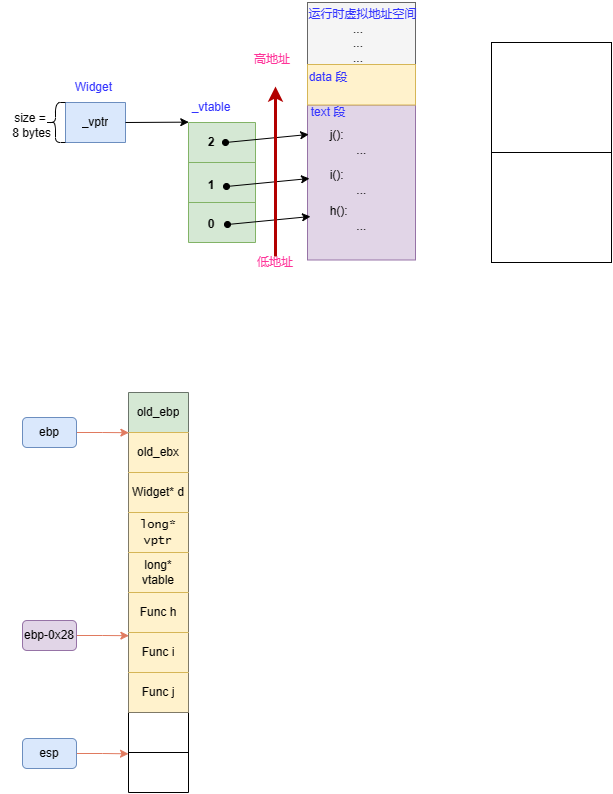
Above: C++对象模型/C++_虚函数表的存储什么.drawio.png in SixPlusAndTimes/drawio (draw.io), before the change. Source tidied: cells renumbered, new cells last; positions are measured from the earlier drawing's top-left corner, leaving out a move shared by most shapes.
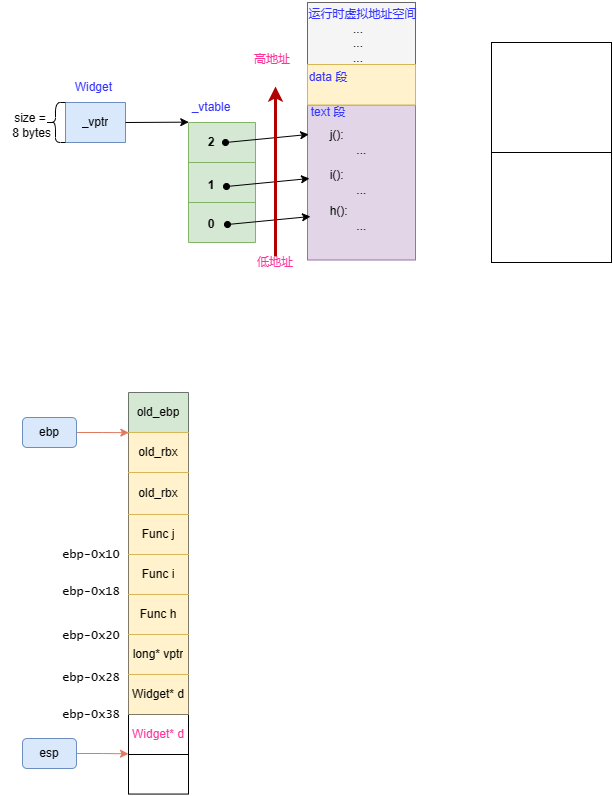
Above is the later version.

Commit message:
更新C++_虚函数表的存储什么.drawio.png

Change to the diagram source:
```diff
@@ -125,7 +125,7 @@
       <mxGeometry x="181" y="127" width="60" height="30" as="geometry" />
     </mxCell>
     <mxCell id="39" style="shape=table;startSize=0;fontSize=11;" parent="1" vertex="1">
-      <mxGeometry x="128" y="392" width="60" height="400" as="geometry" />
+      <mxGeometry x="128" y="392" width="60" height="401.6" as="geometry" />
     </mxCell>
     <mxCell id="40" style="shape=tableRow;horizontal=0;startSize=0;swimlaneHead=0;swimlaneBody=0;strokeColor=inherit;top=0;left=0;bottom=0;right=0;fillColor=none;fontSize=11;fontColor=#FF3399;" parent="39" vertex="1">
       <mxGeometry width="60" height="40" as="geometry" />
@@ -136,53 +136,53 @@
     <mxCell id="42" style="shape=tableRow;horizontal=0;startSize=0;swimlaneHead=0;swimlaneBody=0;strokeColor=inherit;top=0;left=0;bottom=0;right=0;fillColor=none;fontSize=11;fontColor=#FF3399;" parent="39" vertex="1">
       <mxGeometry y="40" width="60" height="40" as="geometry" />
     </mxCell>
-    <mxCell id="43" value="old_ebx" style="shape=partialRectangle;html=1;whiteSpace=wrap;strokeColor=#d6b656;overflow=hidden;fillColor=#fff2cc;top=1;left=0;bottom=0;right=0;fontSize=11;" parent="42" vertex="1">
+    <mxCell id="43" value="old_rbx" style="shape=partialRectangle;html=1;whiteSpace=wrap;strokeColor=#d6b656;overflow=hidden;fillColor=#fff2cc;top=1;left=0;bottom=0;right=0;fontSize=11;" parent="42" vertex="1">
       <mxGeometry width="60" height="40" as="geometry" />
     </mxCell>
     <mxCell id="44" style="shape=tableRow;horizontal=0;startSize=0;swimlaneHead=0;swimlaneBody=0;strokeColor=inherit;top=0;left=0;bottom=0;right=0;fillColor=none;fontSize=11;fontColor=#FF3399;" parent="39" vertex="1">
-      <mxGeometry y="80" width="60" height="40" as="geometry" />
+      <mxGeometry y="80" width="60" height="42" as="geometry" />
     </mxCell>
-    <mxCell id="45" value="&lt;div style=&quot;line-height: 19px;&quot;&gt;Widget* d&lt;br&gt;&lt;/div&gt;" style="shape=partialRectangle;html=1;whiteSpace=wrap;strokeColor=#d6b656;overflow=hidden;fillColor=#fff2cc;top=1;left=0;bottom=0;right=0;fontSize=11;" parent="44" vertex="1">
-      <mxGeometry width="60" height="40" as="geometry" />
+    <mxCell id="45" value="&lt;div style=&quot;line-height: 19px;&quot;&gt;old_rbx&lt;br&gt;&lt;/div&gt;" style="shape=partialRectangle;html=1;whiteSpace=wrap;strokeColor=#d6b656;overflow=hidden;fillColor=#fff2cc;top=1;left=0;bottom=0;right=0;fontSize=11;" parent="44" vertex="1">
+      <mxGeometry width="60" height="42" as="geometry" />
     </mxCell>
     <mxCell id="46" style="shape=tableRow;horizontal=0;startSize=0;swimlaneHead=0;swimlaneBody=0;strokeColor=inherit;top=0;left=0;bottom=0;right=0;fillColor=none;fontSize=11;fontColor=#FF3399;" parent="39" vertex="1">
-      <mxGeometry y="120" width="60" height="40" as="geometry" />
+      <mxGeometry y="122" width="60" height="40" as="geometry" />
     </mxCell>
-    <mxCell id="47" value="&lt;font face=&quot;Lucida Console&quot;&gt;long* vptr&lt;/font&gt;" style="shape=partialRectangle;html=1;whiteSpace=wrap;strokeColor=#d6b656;overflow=hidden;fillColor=#fff2cc;top=1;left=0;bottom=0;right=0;fontSize=11;" parent="46" vertex="1">
+    <mxCell id="47" value="Func j" style="shape=partialRectangle;html=1;whiteSpace=wrap;strokeColor=#d6b656;overflow=hidden;fillColor=#fff2cc;top=1;left=0;bottom=0;right=0;fontSize=11;" parent="46" vertex="1">
       <mxGeometry width="60" height="40" as="geometry" />
     </mxCell>
     <mxCell id="48" style="shape=tableRow;horizontal=0;startSize=0;swimlaneHead=0;swimlaneBody=0;strokeColor=inherit;top=0;left=0;bottom=0;right=0;fillColor=none;fontSize=11;fontColor=#FF3399;" parent="39" vertex="1">
-      <mxGeometry y="160" width="60" height="40" as="geometry" />
+      <mxGeometry y="162" width="60" height="40" as="geometry" />
     </mxCell>
-    <mxCell id="49" value="long* vtable" style="shape=partialRectangle;html=1;whiteSpace=wrap;strokeColor=#d6b656;overflow=hidden;fillColor=#fff2cc;top=1;left=0;bottom=0;right=0;fontSize=11;" parent="48" vertex="1">
+    <mxCell id="49" value="Func i" style="shape=partialRectangle;html=1;whiteSpace=wrap;strokeColor=#d6b656;overflow=hidden;fillColor=#fff2cc;top=1;left=0;bottom=0;right=0;fontSize=11;" parent="48" vertex="1">
       <mxGeometry width="60" height="40" as="geometry" />
     </mxCell>
     <mxCell id="50" style="shape=tableRow;horizontal=0;startSize=0;swimlaneHead=0;swimlaneBody=0;strokeColor=inherit;top=0;left=0;bottom=0;right=0;fillColor=none;fontSize=11;fontColor=#FF3399;" parent="39" vertex="1">
-      <mxGeometry y="200" width="60" height="40" as="geometry" />
+      <mxGeometry y="202" width="60" height="40" as="geometry" />
     </mxCell>
     <mxCell id="51" value="Func h" style="shape=partialRectangle;html=1;whiteSpace=wrap;strokeColor=#d6b656;overflow=hidden;fillColor=#fff2cc;top=1;left=0;bottom=0;right=0;fontSize=11;" parent="50" vertex="1">
       <mxGeometry width="60" height="40" as="geometry" />
     </mxCell>
     <mxCell id="52" style="shape=tableRow;horizontal=0;startSize=0;swimlaneHead=0;swimlaneBody=0;strokeColor=inherit;top=0;left=0;bottom=0;right=0;fillColor=none;fontSize=11;fontColor=#FF3399;" parent="39" vertex="1">
-      <mxGeometry y="240" width="60" height="40" as="geometry" />
+      <mxGeometry y="242" width="60" height="40" as="geometry" />
     </mxCell>
-    <mxCell id="53" value="Func i" style="shape=partialRectangle;html=1;whiteSpace=wrap;strokeColor=#d6b656;overflow=hidden;fillColor=#fff2cc;top=1;left=0;bottom=0;right=0;fontSize=11;" parent="52" vertex="1">
+    <mxCell id="53" value="long* vptr" style="shape=partialRectangle;html=1;whiteSpace=wrap;strokeColor=#d6b656;overflow=hidden;fillColor=#fff2cc;top=1;left=0;bottom=0;right=0;fontSize=11;" parent="52" vertex="1">
       <mxGeometry width="60" height="40" as="geometry" />
     </mxCell>
     <mxCell id="54" style="shape=tableRow;horizontal=0;startSize=0;swimlaneHead=0;swimlaneBody=0;strokeColor=inherit;top=0;left=0;bottom=0;right=0;fillColor=none;fontSize=11;fontColor=#FF3399;" parent="39" vertex="1">
-      <mxGeometry y="280" width="60" height="40" as="geometry" />
+      <mxGeometry y="282" width="60" height="40" as="geometry" />
     </mxCell>
-    <mxCell id="55" value="Func j" style="shape=partialRectangle;html=1;whiteSpace=wrap;strokeColor=#d6b656;overflow=hidden;fillColor=#fff2cc;top=1;left=0;bottom=0;right=0;fontSize=11;" parent="54" vertex="1">
+    <mxCell id="55" value="Widget* d" style="shape=partialRectangle;html=1;whiteSpace=wrap;strokeColor=#d6b656;overflow=hidden;fillColor=#fff2cc;top=1;left=0;bottom=0;right=0;fontSize=11;" parent="54" vertex="1">
       <mxGeometry width="60" height="40" as="geometry" />
     </mxCell>
     <mxCell id="56" style="shape=tableRow;horizontal=0;startSize=0;swimlaneHead=0;swimlaneBody=0;strokeColor=inherit;top=0;left=0;bottom=0;right=0;fillColor=none;fontSize=11;fontColor=#FF3399;" parent="39" vertex="1">
-      <mxGeometry y="320" width="60" height="40" as="geometry" />
+      <mxGeometry y="322" width="60" height="40" as="geometry" />
     </mxCell>
-    <mxCell id="57" style="shape=partialRectangle;html=1;whiteSpace=wrap;strokeColor=inherit;overflow=hidden;fillColor=none;top=0;left=0;bottom=0;right=0;fontSize=11;fontColor=#FF3399;" parent="56" vertex="1">
+    <mxCell id="57" value="Widget* d" style="shape=partialRectangle;html=1;whiteSpace=wrap;strokeColor=inherit;overflow=hidden;fillColor=none;top=0;left=0;bottom=0;right=0;fontSize=11;fontColor=#FF3399;" parent="56" vertex="1">
       <mxGeometry width="60" height="40" as="geometry" />
     </mxCell>
     <mxCell id="58" style="shape=tableRow;horizontal=0;startSize=0;swimlaneHead=0;swimlaneBody=0;strokeColor=inherit;top=0;left=0;bottom=0;right=0;fillColor=none;fontSize=11;fontColor=#FF3399;" parent="39" vertex="1">
-      <mxGeometry y="360" width="60" height="40" as="geometry" />
+      <mxGeometry y="362" width="60" height="40" as="geometry" />
     </mxCell>
     <mxCell id="59" style="shape=partialRectangle;html=1;whiteSpace=wrap;strokeColor=inherit;overflow=hidden;fillColor=none;top=0;left=0;bottom=0;right=0;fontSize=11;fontColor=#FF3399;" parent="58" vertex="1">
       <mxGeometry width="60" height="40" as="geometry" />
@@ -203,13 +203,20 @@
     <mxCell id="63" value="esp" style="rounded=1;whiteSpace=wrap;html=1;strokeColor=#6c8ebf;fontSize=11;fillColor=#dae8fc;" parent="1" vertex="1">
       <mxGeometry x="22" y="738" width="54" height="30" as="geometry" />
     </mxCell>
-    <mxCell id="64" style="edgeStyle=orthogonalEdgeStyle;rounded=0;jettySize=auto;html=1;exitX=1;exitY=0.5;exitDx=0;exitDy=0;entryX=0.006;entryY=0.203;entryDx=0;entryDy=0;entryPerimeter=0;strokeColor=#E07A5F;fontFamily=Lucida Console;fontSize=12;fontColor=#000000;fillColor=#F2CC8F;" parent="1" edge="1" source="65">
-      <mxGeometry relative="1" as="geometry">
-        <mxPoint x="128.4" y="635.2" as="targetPoint" />
-      </mxGeometry>
-    </mxCell>
+    <mxCell id="66" value="&lt;span style=&quot;color: rgb(0, 0, 0); font-size: 11px; font-style: normal; font-variant-ligatures: normal; font-variant-caps: normal; font-weight: 400; letter-spacing: normal; orphans: 2; text-align: center; text-indent: 0px; text-transform: none; widows: 2; word-spacing: 0px; -webkit-text-stroke-width: 0px; background-color: rgb(255, 255, 255); text-decoration-thickness: initial; text-decoration-style: initial; text-decoration-color: initial; float: none; display: inline !important;&quot;&gt;ebp-0x38&lt;/span&gt;" style="text;whiteSpace=wrap;html=1;fontSize=12;fontFamily=Lucida Console;fontColor=#000000;" parent="1" vertex="1">
+      <mxGeometry x="60" y="701" width="78" height="37" as="geometry" />
+    </mxCell>
-    <mxCell id="65" value="ebp-0x28" style="rounded=1;whiteSpace=wrap;html=1;strokeColor=#9673a6;fontSize=11;fillColor=#e1d5e7;" parent="1" vertex="1">
-      <mxGeometry x="22" y="620" width="54" height="30" as="geometry" />
+    <mxCell id="65" value="ebp-0x28" style="text;whiteSpace=wrap;html=1;fontSize=12;fontFamily=Lucida Console;fontColor=#000000;" parent="1" vertex="1">
+      <mxGeometry x="60" y="664" width="78" height="37" as="geometry" />
     </mxCell>
+    <mxCell id="67" value="ebp-0x20" style="text;whiteSpace=wrap;html=1;fontSize=12;fontFamily=Lucida Console;fontColor=#000000;" parent="1" vertex="1">
+      <mxGeometry x="60" y="622" width="78" height="37" as="geometry" />
+    </mxCell>
+    <mxCell id="68" value="ebp-0x18" style="text;whiteSpace=wrap;html=1;fontSize=12;fontFamily=Lucida Console;fontColor=#000000;" parent="1" vertex="1">
+      <mxGeometry x="60" y="578" width="78" height="37" as="geometry" />
+    </mxCell>
+    <mxCell id="69" value="ebp-0x10" style="text;whiteSpace=wrap;html=1;fontSize=12;fontFamily=Lucida Console;fontColor=#000000;" parent="1" vertex="1">
+      <mxGeometry x="60" y="541" width="78" height="37" as="geometry" />
+    </mxCell>
   </root>
 </mxGraphModel>
```
